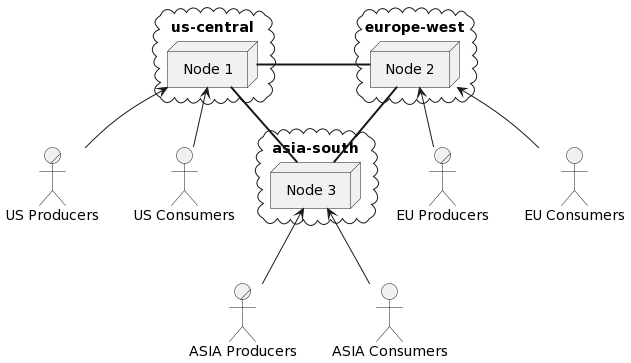
This is diagrams/depl.png from Marcel-MD/geo-distributed-message-broker, a PlantUML export, as it was before one commit.
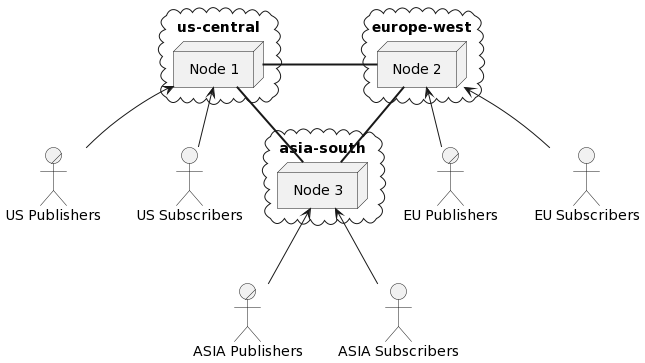
Later version of the same file.

Diff of the diagram source:
```diff
@@ -1,11 +1,11 @@
 @startuml
-actor/ "US Producers" as P1
-actor/ "EU Producers" as P2
-actor/ "ASIA Producers" as P3
+actor/ "US Publishers" as P1
+actor/ "EU Publishers" as P2
+actor/ "ASIA Publishers" as P3
 
-actor "US Consumers" as C1
-actor "EU Consumers" as C2
-actor "ASIA Consumers" as C3
+actor "US Subscribers" as C1
+actor "EU Subscribers" as C2
+actor "ASIA Subscribers" as C3
 
 
 cloud us-central {
```
